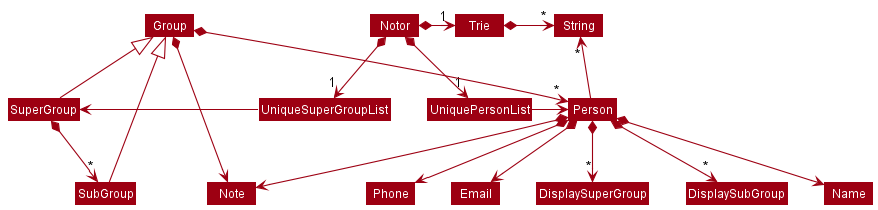
Earlier version of the PlantUML export docs/images/BetterModelClassDiagram.png (nus-cs2103-AY2122S1/tp).
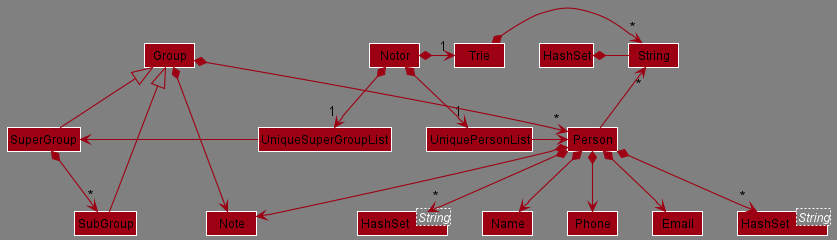
Later version of the same file.

Change to the diagram source:
```diff
@@ -2,9 +2,13 @@
 !include style.puml
 skinparam arrowThickness 1.1
 skinparam arrowColor MODEL_COLOR
+skinparam backgroundColor GRAY
 skinparam classBackgroundColor MODEL_COLOR
+skinparam classFontColor black
 
-
+class "HashSet<String>" as DisplaySuperGroups
+class "HashSet<String>" as DisplaySubGroups
+HashSet *- String
 Notor *-right-> "1" UniquePersonList
 Notor *-right-> "1" UniqueSuperGroupList
 Notor *-right-> "1" Trie
@@ -28,7 +32,7 @@
 Person *--> Phone
 Person *--> Email
 Person *--> Note
-Person *--> "*" DisplaySuperGroup
-Person *--> "*" DisplaySubGroup
+Person *--> "*" DisplaySuperGroups
+Person *--> "*" DisplaySubGroups
 
 @enduml
```
